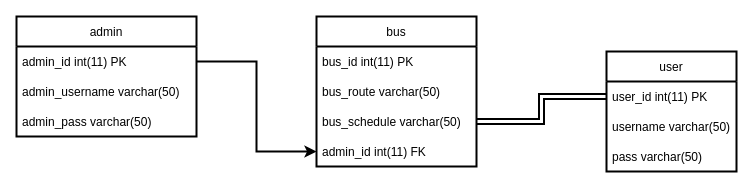
arnabxero/AdvancedLineFollowerRobot keeps this draw.io diagram as task2.drawio. Above is the earlier version. Source tidied: cells renumbered, new cells numbered last; positions are measured from the earlier drawing's top-left corner, leaving out a move shared by most shapes. Both pictures are drawn from the tidied source at 100%, with x=0, y=0 at pixel (16, 16).
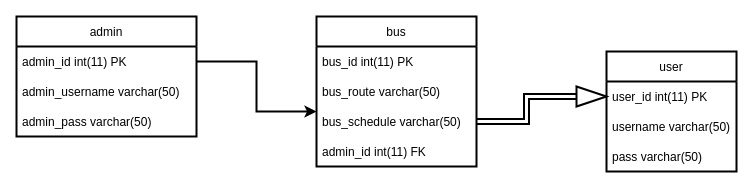
The same diagram, later.

The change refers to these unchanged cells:
```xml
<mxCell id="5" value="bus_schedule varchar(50)" style="text;strokeColor=none;fillColor=none;align=left;verticalAlign=middle;spacingLeft=4;spacingRight=4;overflow=hidden;points=[[0,0.5],[1,0.5]];portConstraint=eastwest;strokeWidth=2;" parent="2" vertex="1">
  <mxGeometry y="90" width="160" height="30" as="geometry" />
</mxCell>
<mxCell id="6" value="admin_id int(11) FK" style="text;strokeColor=none;fillColor=none;align=left;verticalAlign=middle;spacingLeft=4;spacingRight=4;overflow=hidden;points=[[0,0.5],[1,0.5]];portConstraint=eastwest;strokeWidth=2;" parent="2" vertex="1">
  <mxGeometry y="120" width="160" height="30" as="geometry" />
</mxCell>
<mxCell id="8" value="admin_id int(11) PK" style="text;strokeColor=none;fillColor=none;align=left;verticalAlign=middle;spacingLeft=4;spacingRight=4;overflow=hidden;points=[[0,0.5],[1,0.5]];portConstraint=eastwest;strokeWidth=2;" parent="7" vertex="1">
  <mxGeometry y="30" width="180" height="30" as="geometry" />
</mxCell>
<mxCell id="12" value="user_id int(11) PK" style="text;strokeColor=none;fillColor=none;align=left;verticalAlign=middle;spacingLeft=4;spacingRight=4;overflow=hidden;points=[[0,0.5],[1,0.5]];portConstraint=eastwest;strokeWidth=2;" parent="11" vertex="1">
  <mxGeometry y="30" width="130" height="30" as="geometry" />
</mxCell>
```

The edit, as a diff of the source:
```diff
@@
-    <mxCell id="15" style="edgeStyle=orthogonalEdgeStyle;rounded=0;jettySize=auto;html=1;exitX=1;exitY=0.5;exitDx=0;exitDy=0;entryX=0;entryY=0.5;entryDx=0;entryDy=0;strokeWidth=2;" parent="1" edge="1" source="8" target="6">
-      <mxGeometry relative="1" as="geometry" />
+    <mxCell id="15" style="edgeStyle=orthogonalEdgeStyle;rounded=0;jettySize=auto;html=1;exitX=1;exitY=0.5;exitDx=0;exitDy=0;strokeWidth=2;" parent="1" edge="1" source="8" target="5">
+      <mxGeometry relative="1" as="geometry">
+        <Array as="points">
+          <mxPoint x="240" y="45" />
+          <mxPoint x="240" y="95" />
+        </Array>
+      </mxGeometry>
     </mxCell>
-    <mxCell id="16" style="edgeStyle=orthogonalEdgeStyle;rounded=0;jettySize=auto;html=1;exitX=0;exitY=0.5;exitDx=0;exitDy=0;entryX=1;entryY=0.5;entryDx=0;entryDy=0;shape=link;strokeWidth=2;" parent="1" edge="1" source="12" target="5">
+    <mxCell id="16" style="edgeStyle=orthogonalEdgeStyle;rounded=0;jettySize=auto;html=1;exitX=0;exitY=0.5;exitDx=0;exitDy=0;entryX=1;entryY=0.5;entryDx=0;entryDy=0;shape=link;strokeWidth=2;startArrow=none;" parent="1" edge="1" source="17" target="5">
       <mxGeometry relative="1" as="geometry" />
     </mxCell>
+    <mxCell id="17" style="triangle;whiteSpace=wrap;html=1;strokeWidth=2;" parent="1" vertex="1">
+      <mxGeometry x="560" y="70" width="30" height="20" as="geometry" />
+    </mxCell>
+    <mxCell id="18" style="edgeStyle=orthogonalEdgeStyle;rounded=0;jettySize=auto;html=1;exitX=0;exitY=0.5;exitDx=0;exitDy=0;entryX=1;entryY=0.5;entryDx=0;entryDy=0;shape=link;strokeWidth=2;endArrow=none;" parent="1" edge="1" source="12" target="17">
+      <mxGeometry relative="1" as="geometry" />
+    </mxCell>
```
